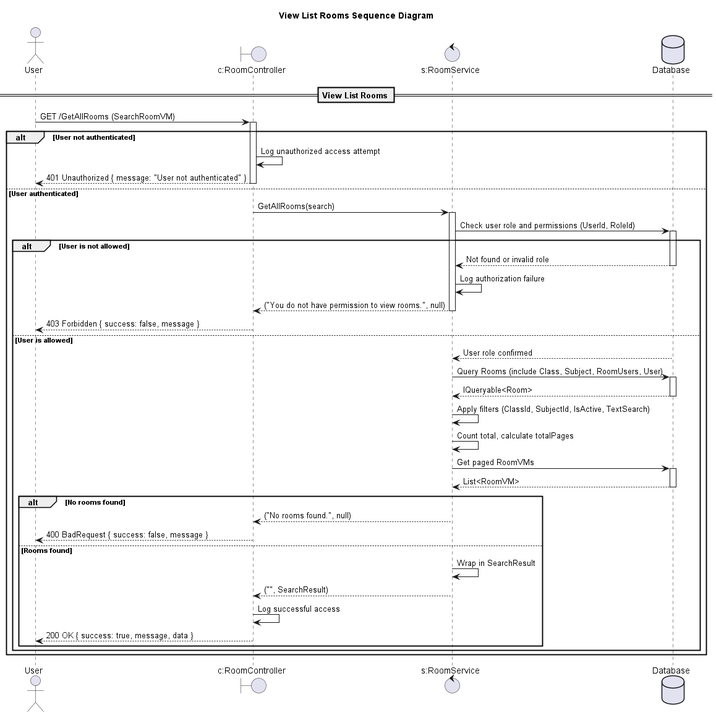
This is design/out/viewallroomssequencediagram/viewallroomssequencediagram.png from conghoan1211/AI-Kiosk-Testing-system, a PlantUML export, as it was before one commit.
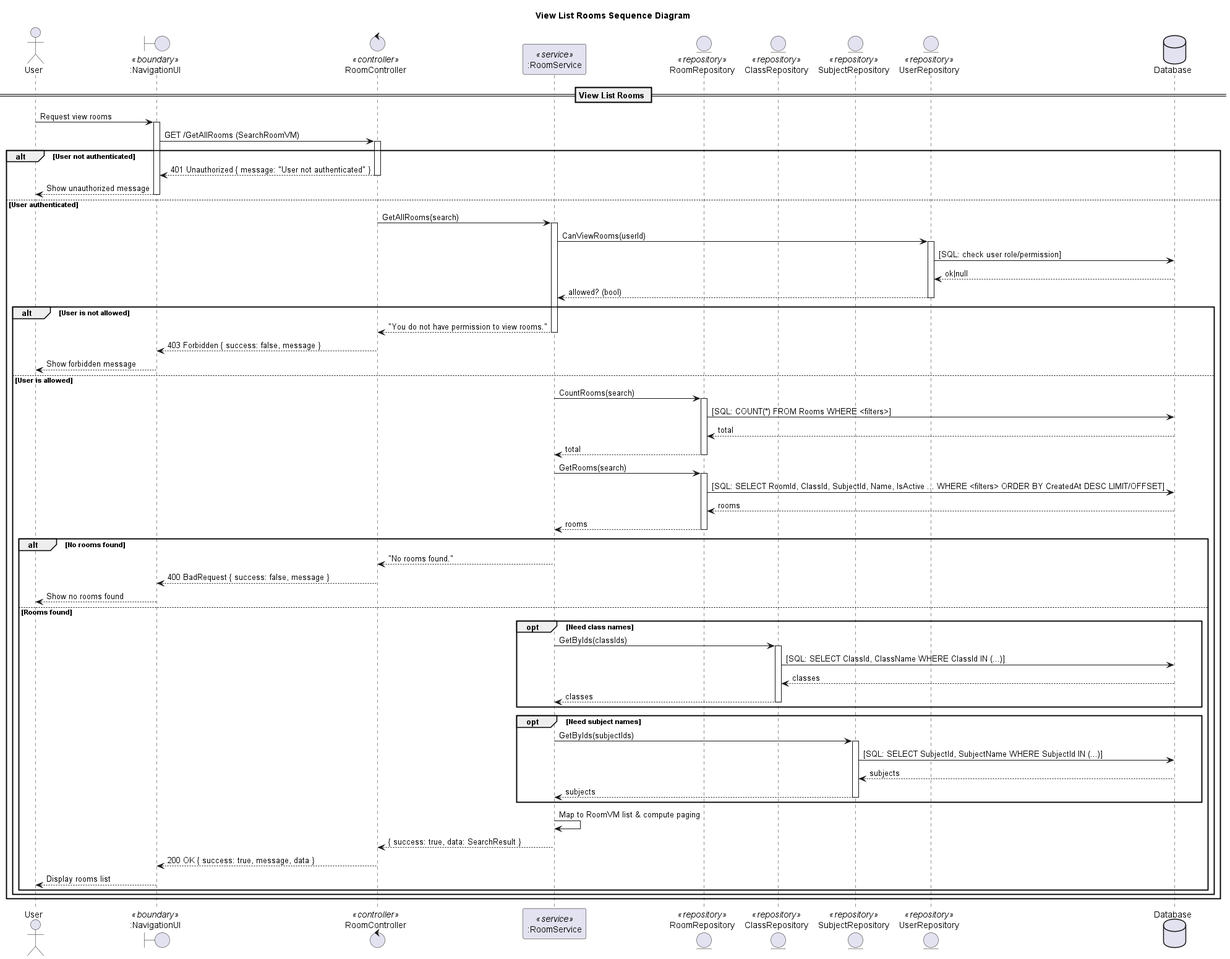
Above is the later version.

What changed in the source:
```diff
@@ -1,65 +1,98 @@
 @startuml
-
 title View List Rooms Sequence Diagram
 
 actor "User" as Client
-boundary "c:RoomController" as Controller
-control "s:RoomService" as Service
+boundary ":NavigationUI" as UI <<boundary>>
+control "RoomController" as Controller <<controller>>
+participant ":RoomService" as Service <<service>>
+
+entity "RoomRepository" as RoomRepo <<repository>>
+entity "ClassRepository" as ClassRepo <<repository>>
+entity "SubjectRepository" as SubjRepo <<repository>>
+entity "UserRepository" as UserRepo <<repository>>
+
 database "Database" as DB
 
 == View List Rooms ==
 
-Client -> Controller: GET /GetAllRooms (SearchRoomVM)
+Client -> UI: Request view rooms
+activate UI
+UI -> Controller: GET /GetAllRooms (SearchRoomVM)
 activate Controller
 
 alt User not authenticated
-    Controller -> Controller: Log unauthorized access attempt
-    Controller --> Client: 401 Unauthorized { message: "User not authenticated" }
+  Controller --> UI: 401 Unauthorized { message: "User not authenticated" }
+  deactivate Controller
+  UI --> Client: Show unauthorized message
+  deactivate UI
+else User authenticated
+  Controller -> Service: GetAllRooms(search)
+  activate Service
+
+  Service -> UserRepo: CanViewRooms(userId)
+  activate UserRepo
+  UserRepo -> DB: [SQL: check user role/permission]
+  DB --> UserRepo: ok|null
+  UserRepo --> Service: allowed? (bool)
+  deactivate UserRepo
+
+  alt User is not allowed
+    Service --> Controller: "You do not have permission to view rooms."
+    deactivate Service
+    Controller --> UI: 403 Forbidden { success: false, message }
     deactivate Controller
-else User authenticated
-    Controller -> Service: GetAllRooms(search)
-    activate Service
+    UI --> Client: Show forbidden message
+    deactivate UI
+  else User is allowed
+    Service -> RoomRepo: CountRooms(search)
+    activate RoomRepo
+    RoomRepo -> DB: [SQL: COUNT(*) FROM Rooms WHERE <filters>]
+    DB --> RoomRepo: total
+    RoomRepo --> Service: total
+    deactivate RoomRepo
 
-    Service -> DB: Check user role and permissions (UserId, RoleId)
-    activate DB
-    alt User is not allowed
-        DB --> Service: Not found or invalid role
-        deactivate DB
-        Service -> Service: Log authorization failure
-        Service --> Controller: ("You do not have permission to view rooms.", null)
-        deactivate Service
-        Controller --> Client: 403 Forbidden { success: false, message }
-        deactivate Controller
-    else User is allowed
-        DB --> Service: User role confirmed
-        deactivate DB
+    Service -> RoomRepo: GetRooms(search)
+    activate RoomRepo
+    RoomRepo -> DB: [SQL: SELECT RoomId, ClassId, SubjectId, Name, IsActive ... WHERE <filters> ORDER BY CreatedAt DESC LIMIT/OFFSET]
+    DB --> RoomRepo: rooms
+    RoomRepo --> Service: rooms
+    deactivate RoomRepo
 
-        Service -> DB: Query Rooms (include Class, Subject, RoomUsers, User)
-        activate DB
-        DB --> Service: IQueryable<Room>
-        deactivate DB
+    alt No rooms found
+      Service --> Controller: "No rooms found."
+      deactivate Service
+      Controller --> UI: 400 BadRequest { success: false, message }
+      deactivate Controller
+      UI --> Client: Show no rooms found
+      deactivate UI
+    else Rooms found
+      opt Need class names
+        Service -> ClassRepo: GetByIds(classIds)
+        activate ClassRepo
+        ClassRepo -> DB: [SQL: SELECT ClassId, ClassName WHERE ClassId IN (...)]
+        DB --> ClassRepo: classes
+        ClassRepo --> Service: classes
+        deactivate ClassRepo
+      end opt
 
-        Service -> Service: Apply filters (ClassId, SubjectId, IsActive, TextSearch)
-        Service -> Service: Count total, calculate totalPages
-        Service -> DB: Get paged RoomVMs
-        activate DB
-        DB --> Service: List<RoomVM>
-        deactivate DB
+      opt Need subject names
+        Service -> SubjRepo: GetByIds(subjectIds)
+        activate SubjRepo
+        SubjRepo -> DB: [SQL: SELECT SubjectId, SubjectName WHERE SubjectId IN (...)]
+        DB --> SubjRepo: subjects
+        SubjRepo --> Service: subjects
+        deactivate SubjRepo
+      end opt
 
-        alt No rooms found
-            Service --> Controller: ("No rooms found.", null)
-            deactivate Service
-            Controller --> Client: 400 BadRequest { success: false, message }
-            deactivate Controller
-        else Rooms found
-            Service -> Service: Wrap in SearchResult
-            Service --> Controller: ("", SearchResult)
-            deactivate Service
-            Controller -> Controller: Log successful access
-            Controller --> Client: 200 OK { success: true, message, data }
-            deactivate Controller
-        end alt
-    end
-end
+      Service -> Service: Map to RoomVM list & compute paging
+      Service --> Controller: { success: true, data: SearchResult }
+      deactivate Service
 
+      Controller --> UI: 200 OK { success: true, message, data }
+      deactivate Controller
+      UI --> Client: Display rooms list
+      deactivate UI
+    end alt
+  end alt
+end alt
 @enduml
```
